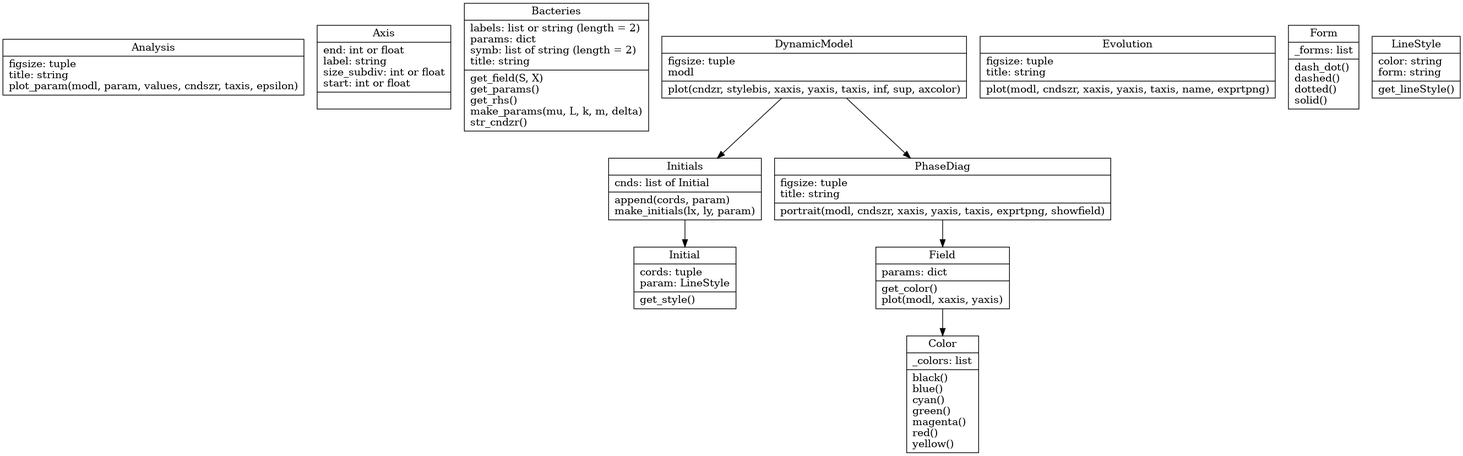
Quentin18/Model-Developpement-Bacteries keeps this Graphviz diagram as pysrc/uml/uml_diagram.png. Above is the earlier version. Its source is kept beside it as pysrc/uml/uml_diagram.dot.
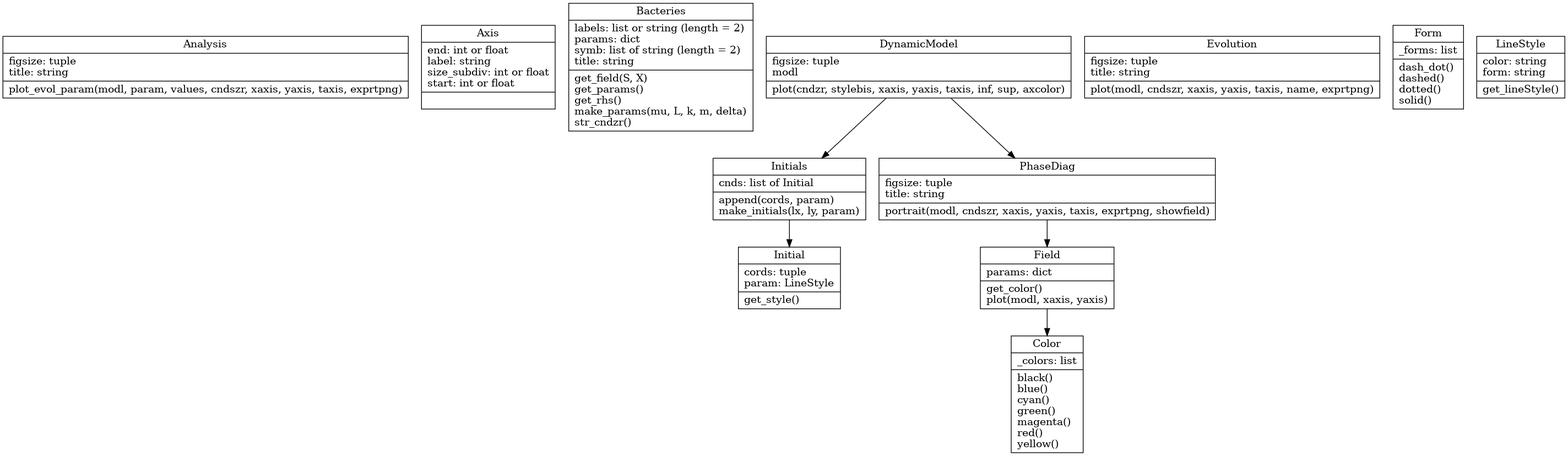
The same diagram one commit later.

What changed in the source:
```diff
@@ -1,7 +1,8 @@
 digraph "classes_model_bacteries" {
 charset="utf-8"
 rankdir=TB
-"0" [label="{Analysis|figsize: tuple\ltitle: string\lplot_param(modl, param, values, cndszr, taxis, epsilon)\l}", shape="record"];
+"0" [label="{Analysis|figsize: tuple\ltitle: string\l|plot_evol_param(modl, param, values, cndszr, xaxis, yaxis,
+                        taxis, exprtpng)\l}", shape="record"];
 "1" [label="{Axis|end: int or float\llabel: string\lsize_subdiv: int or float\lstart: int or float\l|}", shape="record"];
 "2" [label="{Bacteries|labels: list or string (length = 2)\lparams: dict\lsymb: list of string (length = 2)\ltitle: string\l|get_field(S, X)\lget_params()\lget_rhs()\lmake_params(mu, L, k, m, delta)\lstr_cndzr()\l}", shape="record"];
 "3" [label="{Color|_colors: list\l|black()\lblue()\lcyan()\lgreen()\lmagenta()\lred()\lyellow()\l}", shape="record"];
```
